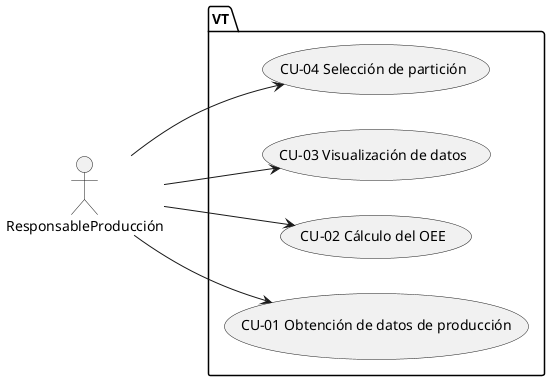
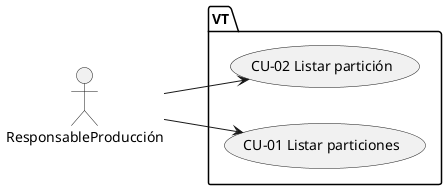
@startuml
left to right direction

actor ResponsableProducción

package "VT" {
-   usecase "CU-04 Selección de partición" as CU04
-   usecase "CU-03 Visualización de datos" as CU03
-   usecase "CU-02 Cálculo del OEE" as CU02
-   usecase "CU-01 Obtención de datos de producción" as CU01
+ 
+   usecase "CU-02 Listar partición" as CU02
+   usecase "CU-01 Listar particiones" as CU01

}


ResponsableProducción --> CU01
ResponsableProducción --> CU02
- ResponsableProducción --> CU03
- ResponsableProducción --> CU04


@enduml